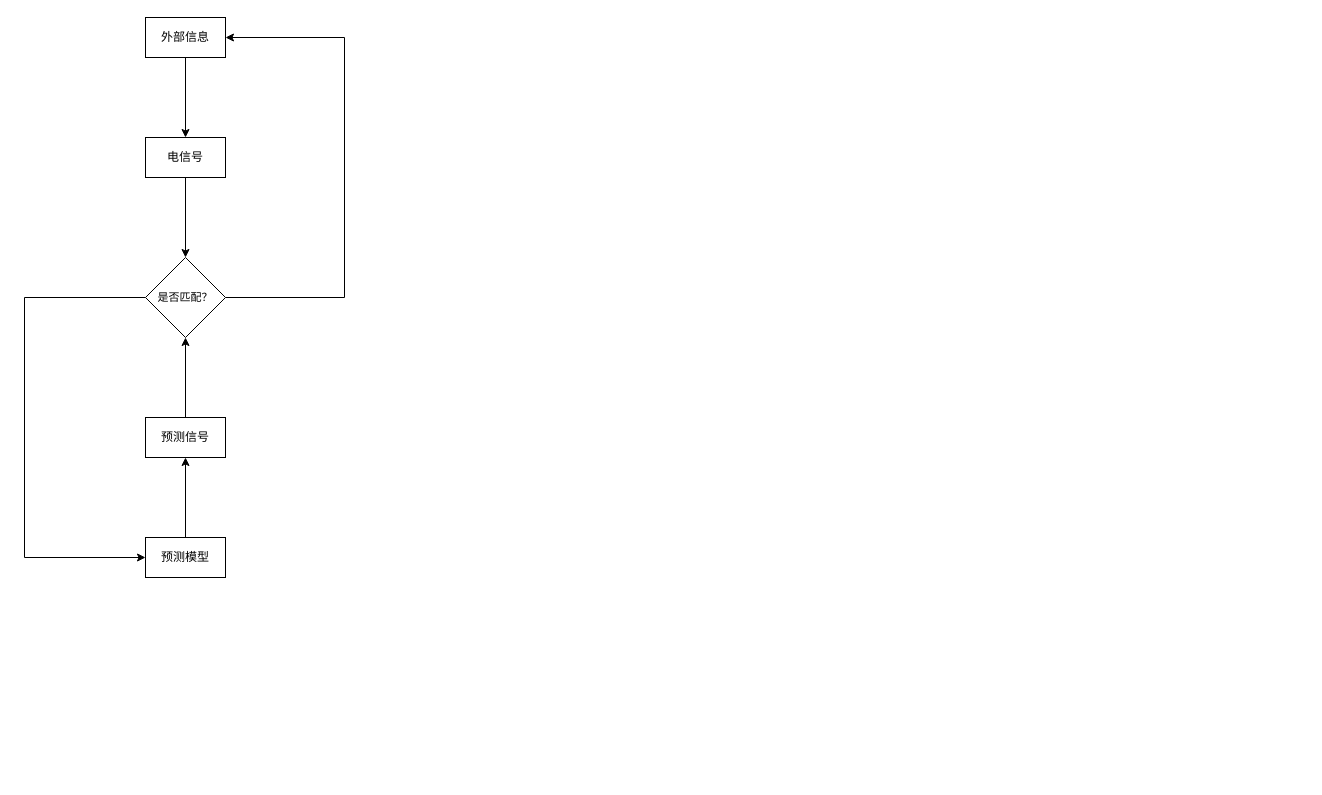
The draw.io diagram 大脑原理-稳定.drawio in youyusan/open_mind, before the edit. Source tidied: cells renumbered, new cells numbered last; positions are measured from the earlier drawing's top-left corner, leaving out a move shared by most shapes. Both pictures are drawn from the tidied source at 100%, with x=0, y=0 at pixel (24, 17).
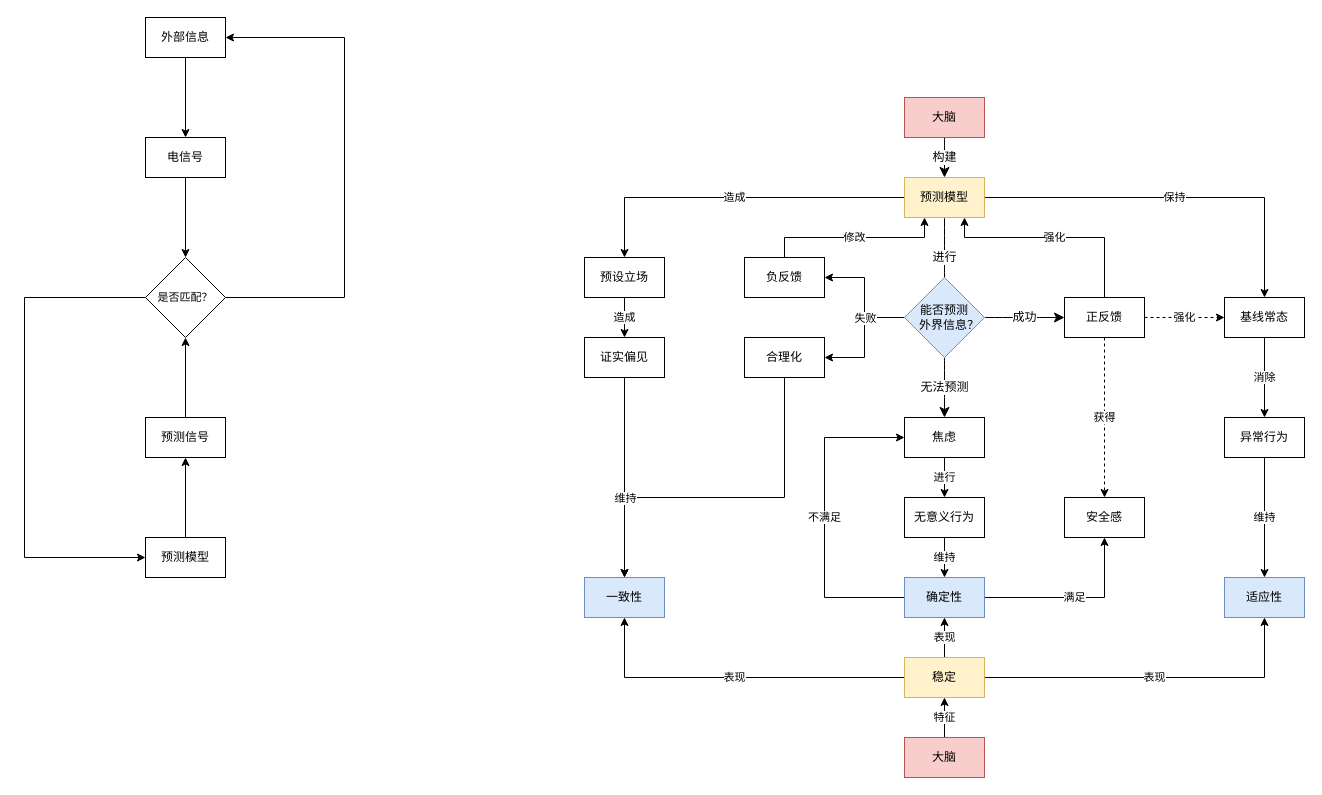
The same diagram, later.

Commit message:
更新大脑原理-稳定.drawio

What changed in the source:
```diff
@@
+    <mxCell id="14" value="构建" style="edgeStyle=none;curved=1;rounded=0;jettySize=auto;html=1;fontSize=12;startSize=8;endSize=8;" parent="1" edge="1" source="15" target="19">
+      <mxGeometry relative="1" as="geometry" />
+    </mxCell>
+    <mxCell id="15" value="大脑" style="whiteSpace=wrap;html=1;fontSize=12;fillColor=#f8cecc;strokeColor=#b85450;" parent="1" vertex="1">
+      <mxGeometry x="880" y="80" width="80" height="40" as="geometry" />
+    </mxCell>
+    <mxCell id="16" value="进行" style="edgeStyle=none;curved=1;rounded=0;jettySize=auto;html=1;fontSize=12;startSize=8;endSize=8;" parent="1" edge="1" source="19">
+      <mxGeometry relative="1" as="geometry">
+        <mxPoint x="920" y="280" as="targetPoint" />
+      </mxGeometry>
+    </mxCell>
+    <mxCell id="17" value="造成" style="edgeStyle=orthogonalEdgeStyle;rounded=0;jettySize=auto;html=1;entryX=0.5;entryY=0;entryDx=0;entryDy=0;" parent="1" edge="1" source="19" target="42">
+      <mxGeometry relative="1" as="geometry" />
+    </mxCell>
+    <mxCell id="18" value="保持" style="edgeStyle=orthogonalEdgeStyle;rounded=0;jettySize=auto;html=1;entryX=0.5;entryY=0;entryDx=0;entryDy=0;" parent="1" edge="1" source="19" target="48">
+      <mxGeometry relative="1" as="geometry" />
+    </mxCell>
+    <mxCell id="19" value="预测模型" style="whiteSpace=wrap;html=1;fontSize=12;fillColor=#fff2cc;strokeColor=#d6b656;" parent="1" vertex="1">
+      <mxGeometry x="880" y="160" width="80" height="40" as="geometry" />
+    </mxCell>
+    <mxCell id="20" value="成功" style="edgeStyle=none;curved=1;rounded=0;jettySize=auto;html=1;fontSize=12;startSize=8;endSize=8;" parent="1" edge="1" source="25" target="29">
+      <mxGeometry relative="1" as="geometry" />
+    </mxCell>
+    <mxCell id="21" value="无法预测" style="edgeStyle=none;curved=1;rounded=0;jettySize=auto;html=1;fontSize=12;startSize=8;endSize=8;" parent="1" edge="1" source="25" target="31">
+      <mxGeometry relative="1" as="geometry" />
+    </mxCell>
+    <mxCell id="22" style="edgeStyle=orthogonalEdgeStyle;rounded=0;jettySize=auto;html=1;entryX=1;entryY=0.5;entryDx=0;entryDy=0;" parent="1" edge="1" source="25" target="35">
+      <mxGeometry relative="1" as="geometry" />
+    </mxCell>
+    <mxCell id="23" style="edgeStyle=orthogonalEdgeStyle;rounded=0;jettySize=auto;html=1;entryX=1;entryY=0.5;entryDx=0;entryDy=0;" parent="1" edge="1" source="25" target="33">
+      <mxGeometry relative="1" as="geometry" />
+    </mxCell>
+    <mxCell id="24" value="失败" style="edgeLabel;html=1;align=center;verticalAlign=middle;" parent="23" vertex="1">
+      <mxGeometry x="-0.6" y="-3" relative="1" as="geometry">
+        <mxPoint x="-16" y="3" as="offset" />
+      </mxGeometry>
+    </mxCell>
+    <mxCell id="25" value="能否预测&lt;br&gt;&amp;nbsp; &amp;nbsp;外界信息？" style="rhombus;whiteSpace=wrap;html=1;fontSize=12;fillColor=#dae8fc;strokeColor=#6c8ebf;" parent="1" vertex="1">
+      <mxGeometry x="880" y="260" width="80" height="80" as="geometry" />
+    </mxCell>
+    <mxCell id="26" value="强化" style="edgeStyle=orthogonalEdgeStyle;rounded=0;jettySize=auto;html=1;entryX=0.75;entryY=1;entryDx=0;entryDy=0;" parent="1" edge="1" source="29" target="19">
+      <mxGeometry relative="1" as="geometry">
+        <Array as="points">
+          <mxPoint x="1080" y="220" />
+          <mxPoint x="940" y="220" />
+        </Array>
+      </mxGeometry>
+    </mxCell>
+    <mxCell id="27" value="强化" style="edgeStyle=orthogonalEdgeStyle;rounded=0;jettySize=auto;html=1;entryX=0;entryY=0.5;entryDx=0;entryDy=0;dashed=1;" parent="1" edge="1" source="29" target="48">
+      <mxGeometry relative="1" as="geometry" />
+    </mxCell>
+    <mxCell id="28" value="获得" style="edgeStyle=orthogonalEdgeStyle;rounded=0;jettySize=auto;html=1;dashed=1;" parent="1" edge="1" source="29" target="58">
+      <mxGeometry relative="1" as="geometry" />
+    </mxCell>
+    <mxCell id="29" value="正反馈" style="whiteSpace=wrap;html=1;fontSize=12;" parent="1" vertex="1">
+      <mxGeometry x="1040" y="280" width="80" height="40" as="geometry" />
+    </mxCell>
+    <mxCell id="30" value="进行" style="edgeStyle=orthogonalEdgeStyle;rounded=0;jettySize=auto;html=1;" parent="1" edge="1" source="31" target="37">
+      <mxGeometry relative="1" as="geometry" />
+    </mxCell>
+    <mxCell id="31" value="焦虑" style="whiteSpace=wrap;html=1;fontSize=12;" parent="1" vertex="1">
+      <mxGeometry x="880" y="400" width="80" height="40" as="geometry" />
+    </mxCell>
+    <mxCell id="32" style="edgeStyle=orthogonalEdgeStyle;rounded=0;jettySize=auto;html=1;entryX=0.5;entryY=0;entryDx=0;entryDy=0;" parent="1" edge="1" source="33" target="46">
+      <mxGeometry relative="1" as="geometry">
+        <Array as="points">
+          <mxPoint x="760" y="480" />
+          <mxPoint x="600" y="480" />
+        </Array>
+      </mxGeometry>
+    </mxCell>
+    <mxCell id="33" value="合理化" style="whiteSpace=wrap;html=1;fontSize=12;" parent="1" vertex="1">
+      <mxGeometry x="720" y="320" width="80" height="40" as="geometry" />
+    </mxCell>
+    <mxCell id="34" value="修改" style="edgeStyle=orthogonalEdgeStyle;rounded=0;jettySize=auto;html=1;entryX=0.25;entryY=1;entryDx=0;entryDy=0;" parent="1" edge="1" source="35" target="19">
+      <mxGeometry relative="1" as="geometry">
+        <Array as="points">
+          <mxPoint x="760" y="220" />
+          <mxPoint x="900" y="220" />
+        </Array>
+      </mxGeometry>
+    </mxCell>
+    <mxCell id="35" value="负反馈" style="whiteSpace=wrap;html=1;fontSize=12;" parent="1" vertex="1">
+      <mxGeometry x="720" y="240" width="80" height="40" as="geometry" />
+    </mxCell>
+    <mxCell id="36" value="维持" style="edgeStyle=orthogonalEdgeStyle;rounded=0;jettySize=auto;html=1;" parent="1" edge="1" source="37" target="40">
+      <mxGeometry relative="1" as="geometry" />
+    </mxCell>
+    <mxCell id="37" value="无意义行为" style="whiteSpace=wrap;html=1;fontSize=12;" parent="1" vertex="1">
+      <mxGeometry x="880" y="480" width="80" height="40" as="geometry" />
+    </mxCell>
+    <mxCell id="38" value="不满足" style="edgeStyle=orthogonalEdgeStyle;rounded=0;jettySize=auto;html=1;entryX=0;entryY=0.5;entryDx=0;entryDy=0;" parent="1" edge="1" source="40" target="31">
+      <mxGeometry relative="1" as="geometry">
+        <Array as="points">
+          <mxPoint x="800" y="580" />
+          <mxPoint x="800" y="420" />
+        </Array>
+      </mxGeometry>
+    </mxCell>
+    <mxCell id="39" value="满足" style="edgeStyle=orthogonalEdgeStyle;rounded=0;jettySize=auto;html=1;entryX=0.5;entryY=1;entryDx=0;entryDy=0;" parent="1" edge="1" source="40" target="58">
+      <mxGeometry relative="1" as="geometry" />
+    </mxCell>
+    <mxCell id="40" value="确定性" style="whiteSpace=wrap;html=1;fontSize=12;fillColor=#dae8fc;strokeColor=#6c8ebf;" parent="1" vertex="1">
+      <mxGeometry x="880" y="560" width="80" height="40" as="geometry" />
+    </mxCell>
+    <mxCell id="41" value="造成" style="edgeStyle=orthogonalEdgeStyle;rounded=0;jettySize=auto;html=1;" parent="1" edge="1" source="42" target="45">
+      <mxGeometry relative="1" as="geometry" />
+    </mxCell>
+    <mxCell id="42" value="预设立场" style="whiteSpace=wrap;html=1;fontSize=12;" parent="1" vertex="1">
+      <mxGeometry x="560" y="240" width="80" height="40" as="geometry" />
+    </mxCell>
+    <mxCell id="43" style="edgeStyle=orthogonalEdgeStyle;rounded=0;jettySize=auto;html=1;" parent="1" edge="1" source="45" target="46">
+      <mxGeometry relative="1" as="geometry" />
+    </mxCell>
+    <mxCell id="44" value="维持" style="edgeLabel;html=1;align=center;verticalAlign=middle;" parent="43" vertex="1">
+      <mxGeometry x="0.67" y="-2" relative="1" as="geometry">
+        <mxPoint x="2" y="-47" as="offset" />
+      </mxGeometry>
+    </mxCell>
+    <mxCell id="45" value="证实偏见" style="whiteSpace=wrap;html=1;fontSize=12;" parent="1" vertex="1">
+      <mxGeometry x="560" y="320" width="80" height="40" as="geometry" />
+    </mxCell>
+    <mxCell id="46" value="一致性" style="whiteSpace=wrap;html=1;fontSize=12;fillColor=#dae8fc;strokeColor=#6c8ebf;" parent="1" vertex="1">
+      <mxGeometry x="560" y="560" width="80" height="40" as="geometry" />
+    </mxCell>
+    <mxCell id="47" value="消除" style="edgeStyle=orthogonalEdgeStyle;rounded=0;jettySize=auto;html=1;" parent="1" edge="1" source="48" target="50">
+      <mxGeometry relative="1" as="geometry" />
+    </mxCell>
+    <mxCell id="48" value="基线常态" style="whiteSpace=wrap;html=1;fontSize=12;" parent="1" vertex="1">
+      <mxGeometry x="1200" y="280" width="80" height="40" as="geometry" />
+    </mxCell>
+    <mxCell id="49" value="维持" style="edgeStyle=orthogonalEdgeStyle;rounded=0;jettySize=auto;html=1;" parent="1" edge="1" source="50" target="51">
+      <mxGeometry relative="1" as="geometry" />
+    </mxCell>
+    <mxCell id="50" value="异常行为" style="whiteSpace=wrap;html=1;fontSize=12;" parent="1" vertex="1">
+      <mxGeometry x="1200" y="400" width="80" height="40" as="geometry" />
+    </mxCell>
+    <mxCell id="51" value="适应性" style="whiteSpace=wrap;html=1;fontSize=12;fillColor=#dae8fc;strokeColor=#6c8ebf;" parent="1" vertex="1">
+      <mxGeometry x="1200" y="560" width="80" height="40" as="geometry" />
+    </mxCell>
+    <mxCell id="52" value="表现" style="edgeStyle=orthogonalEdgeStyle;rounded=0;jettySize=auto;html=1;" parent="1" edge="1" source="55" target="40">
+      <mxGeometry relative="1" as="geometry" />
+    </mxCell>
+    <mxCell id="53" value="表现" style="edgeStyle=orthogonalEdgeStyle;rounded=0;jettySize=auto;html=1;entryX=0.5;entryY=1;entryDx=0;entryDy=0;" parent="1" edge="1" source="55" target="46">
+      <mxGeometry relative="1" as="geometry" />
+    </mxCell>
+    <mxCell id="54" value="表现" style="edgeStyle=orthogonalEdgeStyle;rounded=0;jettySize=auto;html=1;entryX=0.5;entryY=1;entryDx=0;entryDy=0;" parent="1" edge="1" source="55" target="51">
+      <mxGeometry relative="1" as="geometry" />
+    </mxCell>
+    <mxCell id="55" value="稳定" style="whiteSpace=wrap;html=1;fontSize=12;fillColor=#fff2cc;strokeColor=#d6b656;" parent="1" vertex="1">
+      <mxGeometry x="880" y="640" width="80" height="40" as="geometry" />
+    </mxCell>
+    <mxCell id="56" value="特征" style="edgeStyle=orthogonalEdgeStyle;rounded=0;jettySize=auto;html=1;" parent="1" edge="1" source="57" target="55">
+      <mxGeometry relative="1" as="geometry" />
+    </mxCell>
+    <mxCell id="57" value="大脑" style="whiteSpace=wrap;html=1;fontSize=12;fillColor=#f8cecc;strokeColor=#b85450;" parent="1" vertex="1">
+      <mxGeometry x="880" y="720" width="80" height="40" as="geometry" />
+    </mxCell>
+    <mxCell id="58" value="安全感" style="whiteSpace=wrap;html=1;fontSize=12;" parent="1" vertex="1">
+      <mxGeometry x="1040" y="480" width="80" height="40" as="geometry" />
+    </mxCell>
```
